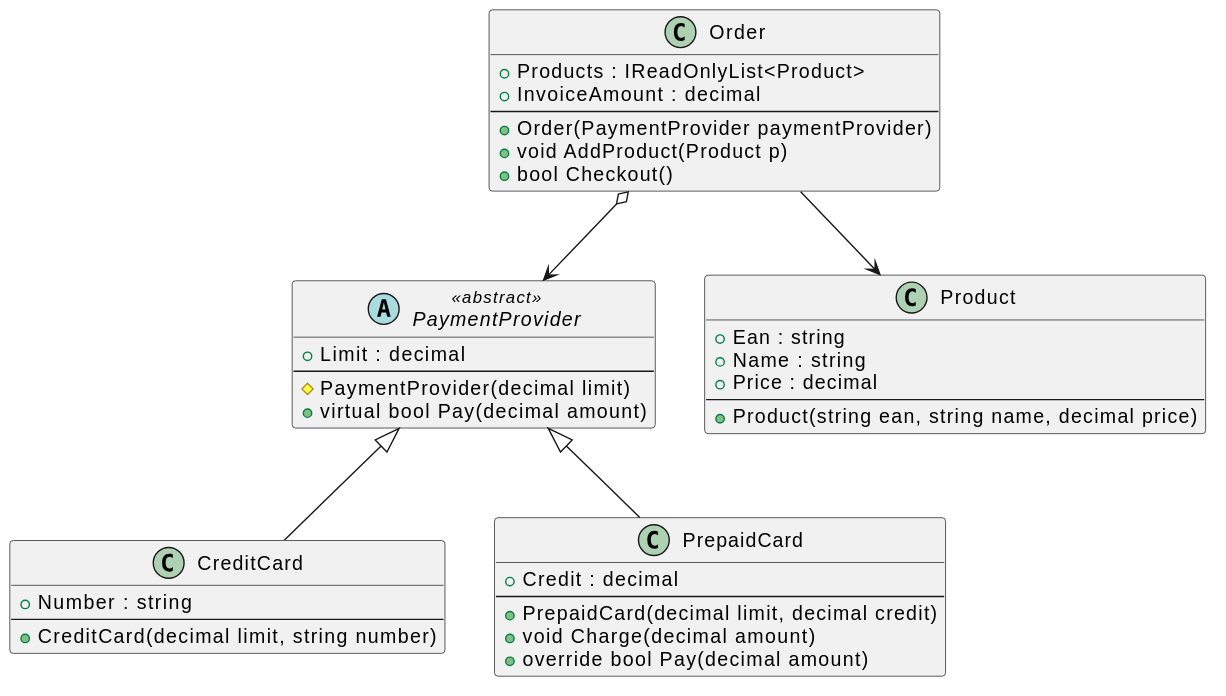
Earlier version of the PlantUML export 01 Types/uebung_vererbung_ordermanager.svg (schletz/Pos3xhif).
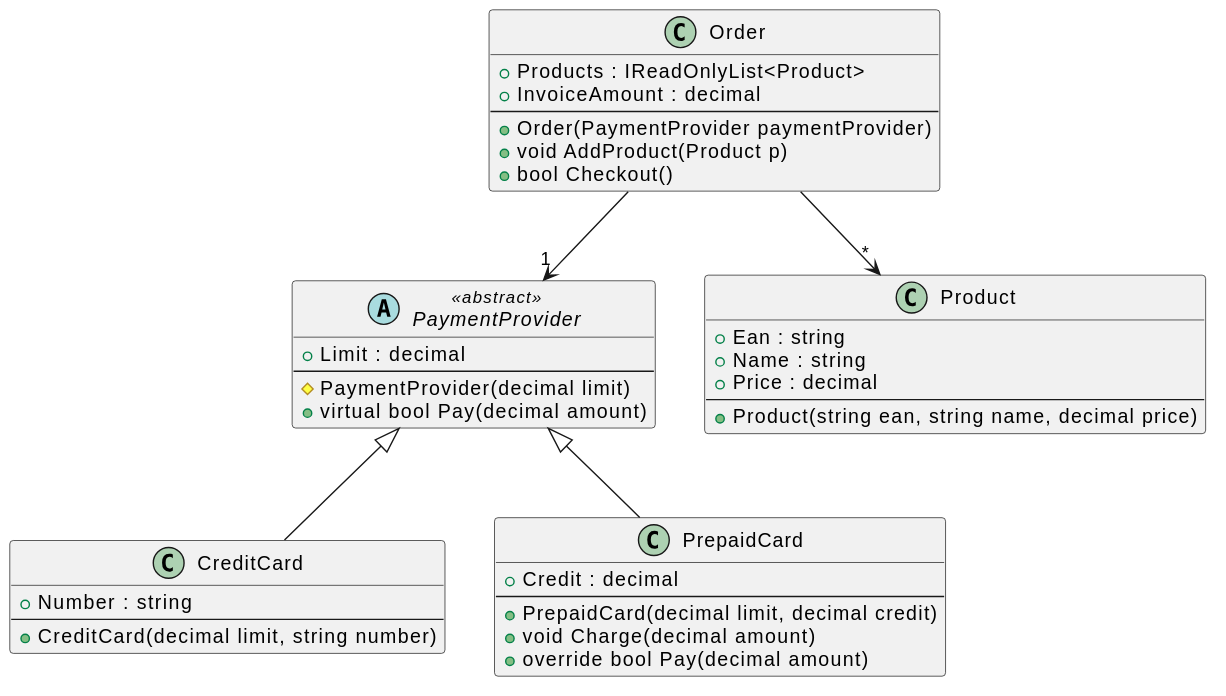
After the change.

The edit, as a diff of the source:
```diff
@@ -43,6 +43,6 @@
     +void AddProduct(Product p)
     +bool Checkout()
 }
-Order --> Product
-Order o--> PaymentProvider
+Order --> "*" Product
+Order --> "1" PaymentProvider
 @enduml
```
